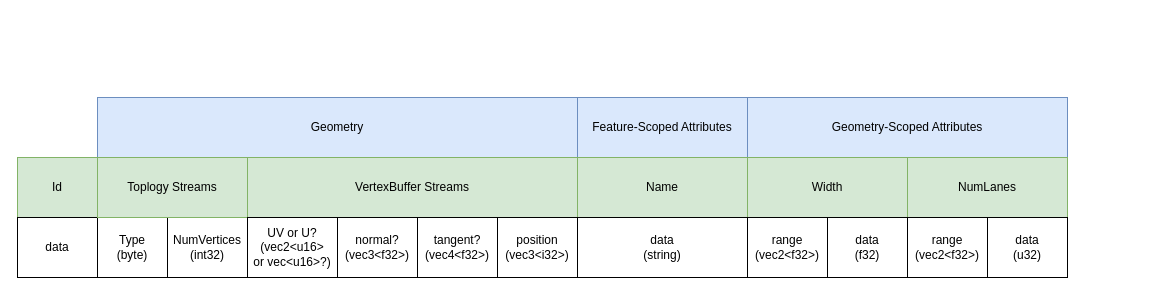
Above: diagrams/feature_table.drawio in mactrem/mlt-3d (draw.io), before the change. Source tidied: cells renumbered, new cells numbered last; positions are measured from the earlier drawing's top-left corner, leaving out a move shared by most shapes. Both pictures are drawn from the tidied source at 100%, with x=0, y=0 at pixel (17, 97).
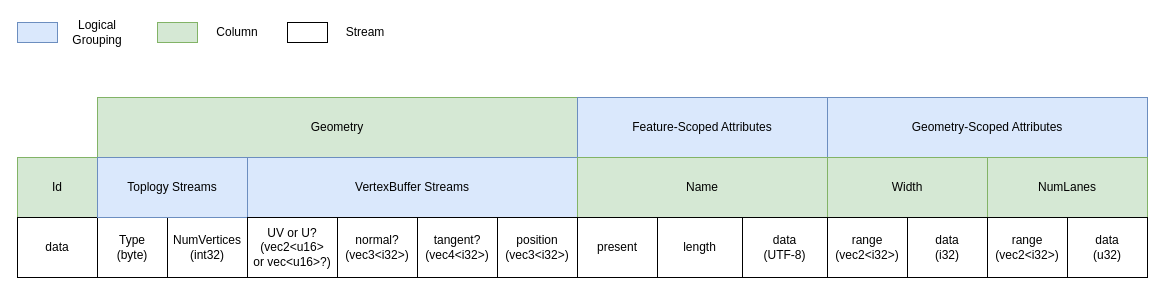
The same page after the edit.

What changed in the source:
```diff
@@
-    <mxCell id="3" value="Geometry" style="rounded=0;whiteSpace=wrap;html=1;fillColor=#dae8fc;strokeColor=#6c8ebf;glass=0;" parent="1" vertex="1">
+    <mxCell id="3" value="Geometry" style="rounded=0;whiteSpace=wrap;html=1;fillColor=#d5e8d4;strokeColor=#82b366;glass=0;" parent="1" vertex="1">
       <mxGeometry x="80" width="480" height="60" as="geometry" />
     </mxCell>
     <mxCell id="4" value="Geometry-Scoped Attributes" style="rounded=0;whiteSpace=wrap;html=1;fillColor=#dae8fc;strokeColor=#6c8ebf;glass=0;" parent="1" vertex="1">
-      <mxGeometry x="730" width="320" height="60" as="geometry" />
+      <mxGeometry x="810" width="320" height="60" as="geometry" />
     </mxCell>
     <mxCell id="5" value="Width" style="rounded=0;whiteSpace=wrap;html=1;fillColor=#d5e8d4;strokeColor=#82b366;" parent="1" vertex="1">
-      <mxGeometry x="730" y="60" width="160" height="60" as="geometry" />
+      <mxGeometry x="810" y="60" width="160" height="60" as="geometry" />
     </mxCell>
     <mxCell id="6" value="NumLanes" style="rounded=0;whiteSpace=wrap;html=1;fillColor=#d5e8d4;strokeColor=#82b366;" parent="1" vertex="1">
-      <mxGeometry x="890" y="60" width="160" height="60" as="geometry" />
+      <mxGeometry x="970" y="60" width="160" height="60" as="geometry" />
     </mxCell>
@@
-    <mxCell id="10" value="VertexBuffer Streams" style="rounded=0;whiteSpace=wrap;html=1;fillColor=#d5e8d4;strokeColor=#82b366;" parent="1" vertex="1">
+    <mxCell id="10" value="VertexBuffer Streams" style="rounded=0;whiteSpace=wrap;html=1;fillColor=#dae8fc;strokeColor=#6c8ebf;" parent="1" vertex="1">
       <mxGeometry x="230" y="60" width="330" height="60" as="geometry" />
     </mxCell>
-    <mxCell id="11" value="Toplogy Streams" style="rounded=0;whiteSpace=wrap;html=1;fillColor=#d5e8d4;strokeColor=#82b366;" parent="1" vertex="1">
+    <mxCell id="11" value="Toplogy Streams" style="rounded=0;whiteSpace=wrap;html=1;fillColor=#dae8fc;strokeColor=#6c8ebf;" parent="1" vertex="1">
       <mxGeometry x="80" y="60" width="150" height="60" as="geometry" />
     </mxCell>
@@
-    <mxCell id="13" value="normal?&lt;div&gt;(vec3&amp;lt;f32&amp;gt;)&lt;/div&gt;" style="rounded=0;whiteSpace=wrap;html=1;" parent="1" vertex="1">
+    <mxCell id="13" value="normal?&lt;div&gt;(vec3&amp;lt;i32&amp;gt;)&lt;/div&gt;" style="rounded=0;whiteSpace=wrap;html=1;" parent="1" vertex="1">
       <mxGeometry x="320" y="120" width="80" height="60" as="geometry" />
     </mxCell>
-    <mxCell id="14" value="tangent?&lt;div&gt;(vec4&amp;lt;f32&amp;gt;)&lt;/div&gt;" style="rounded=0;whiteSpace=wrap;html=1;" parent="1" vertex="1">
+    <mxCell id="14" value="tangent?&lt;div&gt;(vec4&amp;lt;i32&amp;gt;)&lt;/div&gt;" style="rounded=0;whiteSpace=wrap;html=1;" parent="1" vertex="1">
       <mxGeometry x="400" y="120" width="80" height="60" as="geometry" />
     </mxCell>
@@
-    <mxCell id="16" value="range&lt;div&gt;(vec2&amp;lt;f32&amp;gt;)&lt;/div&gt;" style="rounded=0;whiteSpace=wrap;html=1;" parent="1" vertex="1">
-      <mxGeometry x="730" y="120" width="80" height="60" as="geometry" />
+    <mxCell id="16" value="range&lt;div&gt;(vec2&amp;lt;i32&amp;gt;)&lt;/div&gt;" style="rounded=0;whiteSpace=wrap;html=1;" parent="1" vertex="1">
+      <mxGeometry x="810" y="120" width="80" height="60" as="geometry" />
     </mxCell>
-    <mxCell id="17" value="data&lt;div&gt;(f32)&lt;/div&gt;" style="rounded=0;whiteSpace=wrap;html=1;" parent="1" vertex="1">
-      <mxGeometry x="810" y="120" width="80" height="60" as="geometry" />
+    <mxCell id="17" value="data&lt;div&gt;(i32)&lt;/div&gt;" style="rounded=0;whiteSpace=wrap;html=1;" parent="1" vertex="1">
+      <mxGeometry x="890" y="120" width="80" height="60" as="geometry" />
     </mxCell>
-    <mxCell id="18" value="range&lt;div&gt;(vec2&amp;lt;f32&amp;gt;)&lt;/div&gt;" style="rounded=0;whiteSpace=wrap;html=1;" parent="1" vertex="1">
-      <mxGeometry x="890" y="120" width="80" height="60" as="geometry" />
+    <mxCell id="18" value="range&lt;div&gt;(vec2&amp;lt;i32&amp;gt;)&lt;/div&gt;" style="rounded=0;whiteSpace=wrap;html=1;" parent="1" vertex="1">
+      <mxGeometry x="970" y="120" width="80" height="60" as="geometry" />
     </mxCell>
     <mxCell id="19" value="data&lt;div&gt;(u32)&lt;/div&gt;" style="rounded=0;whiteSpace=wrap;html=1;" parent="1" vertex="1">
-      <mxGeometry x="970" y="120" width="80" height="60" as="geometry" />
+      <mxGeometry x="1050" y="120" width="80" height="60" as="geometry" />
     </mxCell>
     <mxCell id="20" value="Feature-Scoped Attributes" style="rounded=0;whiteSpace=wrap;html=1;fillColor=#dae8fc;strokeColor=#6c8ebf;glass=0;" parent="1" vertex="1">
-      <mxGeometry x="560" width="170" height="60" as="geometry" />
+      <mxGeometry x="560" width="250" height="60" as="geometry" />
     </mxCell>
+    <mxCell id="23" style="rounded=0;whiteSpace=wrap;html=1;" parent="1" vertex="1">
+      <mxGeometry x="270" y="-75" width="40" height="20" as="geometry" />
+    </mxCell>
+    <mxCell id="24" value="Stream" style="text;html=1;whiteSpace=wrap;strokeColor=none;fillColor=none;align=center;verticalAlign=middle;rounded=0;" parent="1" vertex="1">
+      <mxGeometry x="317.5" y="-80" width="60" height="30" as="geometry" />
+    </mxCell>
+    <mxCell id="25" style="rounded=0;whiteSpace=wrap;html=1;fillColor=#d5e8d4;strokeColor=#82b366;" parent="1" vertex="1">
+      <mxGeometry x="140" y="-75" width="40" height="20" as="geometry" />
+    </mxCell>
+    <mxCell id="26" value="Column" style="text;html=1;whiteSpace=wrap;strokeColor=none;fillColor=none;align=center;verticalAlign=middle;rounded=0;" parent="1" vertex="1">
+      <mxGeometry x="190" y="-80" width="60" height="30" as="geometry" />
+    </mxCell>
+    <mxCell id="27" style="rounded=0;whiteSpace=wrap;html=1;fillColor=#dae8fc;strokeColor=#6c8ebf;" parent="1" vertex="1">
+      <mxGeometry y="-75" width="40" height="20" as="geometry" />
+    </mxCell>
+    <mxCell id="28" value="Logical Grouping" style="text;html=1;whiteSpace=wrap;strokeColor=none;fillColor=none;align=center;verticalAlign=middle;rounded=0;" parent="1" vertex="1">
+      <mxGeometry x="40" y="-80" width="80" height="30" as="geometry" />
+    </mxCell>
     <mxCell id="21" value="Name" style="rounded=0;whiteSpace=wrap;html=1;fillColor=#d5e8d4;strokeColor=#82b366;" parent="1" vertex="1">
-      <mxGeometry x="560" y="60" width="170" height="60" as="geometry" />
+      <mxGeometry x="560" y="60" width="250" height="60" as="geometry" />
     </mxCell>
-    <mxCell id="22" value="data&lt;div&gt;(string)&lt;/div&gt;" style="rounded=0;whiteSpace=wrap;html=1;" parent="1" vertex="1">
-      <mxGeometry x="560" y="120" width="170" height="60" as="geometry" />
-    </mxCell>
+    <mxCell id="29" value="data&lt;div&gt;(UTF-8)&lt;/div&gt;" style="rounded=0;whiteSpace=wrap;html=1;" parent="1" vertex="1">
+      <mxGeometry x="725" y="120" width="85" height="60" as="geometry" />
+    </mxCell>
+    <mxCell id="30" value="present" style="rounded=0;whiteSpace=wrap;html=1;" parent="1" vertex="1">
+      <mxGeometry x="560" y="120" width="80" height="60" as="geometry" />
+    </mxCell>
+    <mxCell id="31" value="length" style="rounded=0;whiteSpace=wrap;html=1;" parent="1" vertex="1">
+      <mxGeometry x="640" y="120" width="85" height="60" as="geometry" />
+    </mxCell>
```
